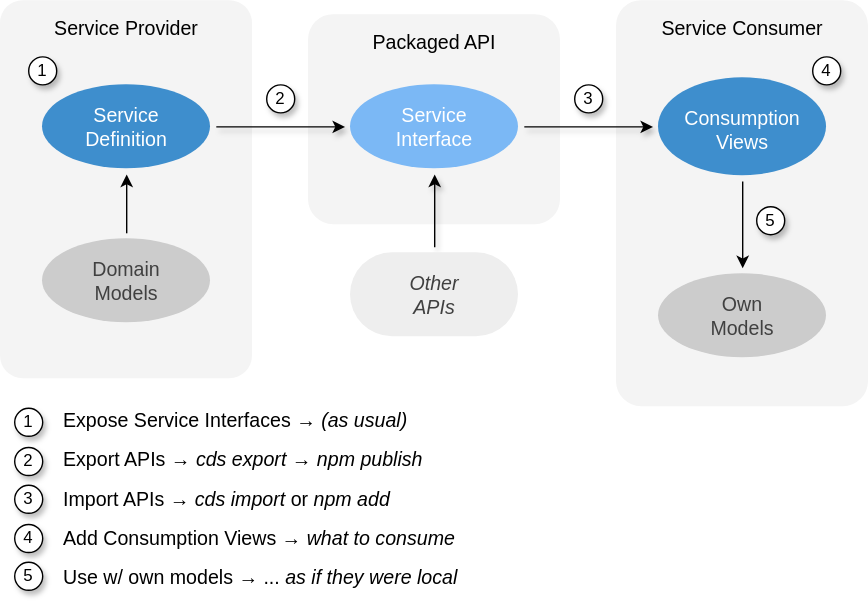
Earlier version of the draw.io export guides/integration/assets/calesi-overview.drawio.svg (capire/docs). Source tidied: cells renumbered, new cells last; positions are measured from the earlier drawing's top-left corner, leaving out a move shared by most shapes. Its diagram source:
```xml
<mxGraphModel>
  <root>
    <mxCell id="0" />
    <mxCell id="1" parent="0" />
    <mxCell id="2" value="Packaged API" style="rounded=1;whiteSpace=wrap;html=1;strokeWidth=2;perimeterSpacing=4;strokeColor=none;fillColor=#F4F4F4;fontSize=14;align=center;verticalAlign=top;spacingRight=0;spacing=7;arcSize=12;" parent="1" vertex="1">
      <mxGeometry x="220" y="10" width="180" height="150" as="geometry" />
    </mxCell>
    <mxCell id="3" value="Service Consumer" style="rounded=1;whiteSpace=wrap;html=1;strokeWidth=2;perimeterSpacing=4;strokeColor=none;fillColor=#F4F4F4;fontSize=14;align=center;verticalAlign=top;spacingRight=0;spacing=7;arcSize=10;" parent="1" vertex="1">
      <mxGeometry x="440" width="180" height="290" as="geometry" />
    </mxCell>
    <mxCell id="4" value="Service Provider" style="rounded=1;whiteSpace=wrap;html=1;strokeWidth=2;perimeterSpacing=4;strokeColor=none;fillColor=#F4F4F4;fontSize=14;align=center;verticalAlign=top;spacingRight=0;spacing=7;arcSize=9;" parent="1" vertex="1">
      <mxGeometry width="180" height="270" as="geometry" />
    </mxCell>
    <mxCell id="5" style="edgeStyle=orthogonalEdgeStyle;rounded=0;jettySize=auto;html=1;labelBackgroundColor=none;shadow=1;" parent="1" edge="1" source="7" target="9">
      <mxGeometry relative="1" as="geometry" />
    </mxCell>
    <mxCell id="6" style="edgeStyle=orthogonalEdgeStyle;rounded=0;jettySize=auto;html=1;fontSize=14;labelBackgroundColor=none;" parent="1" edge="1" source="12" target="7">
      <mxGeometry relative="1" as="geometry" />
    </mxCell>
    <mxCell id="7" value="Service Definition" style="ellipse;whiteSpace=wrap;html=1;rounded=1;strokeWidth=2;align=center;verticalAlign=middle;fontFamily=Helvetica;fontSize=14;labelBackgroundColor=none;perimeterSpacing=4;shadow=0;spacingLeft=0;spacingRight=0;spacing=10;arcSize=0;fontColor=#FFFFFF;fontStyle=0;fillColor=#3E8ECD;strokeColor=none;" parent="1" vertex="1">
      <mxGeometry x="30" y="60" width="120" height="60" as="geometry" />
    </mxCell>
    <mxCell id="8" style="rounded=0;jettySize=auto;html=1;labelBackgroundColor=none;shadow=1;" parent="1" edge="1" source="9" target="11">
      <mxGeometry relative="1" as="geometry" />
    </mxCell>
    <mxCell id="9" value="Service Interface" style="ellipse;whiteSpace=wrap;html=1;rounded=1;strokeWidth=2;align=center;verticalAlign=middle;fontFamily=Helvetica;fontSize=14;labelBackgroundColor=none;perimeterSpacing=4;shadow=0;spacingLeft=0;spacingRight=0;spacing=10;arcSize=0;fontColor=#FFFFFF;fontStyle=0;fillColor=#7BB8F5;strokeColor=none;spacingTop=0;" parent="1" vertex="1">
      <mxGeometry x="250" y="60" width="120" height="60" as="geometry" />
    </mxCell>
    <mxCell id="10" style="edgeStyle=orthogonalEdgeStyle;rounded=0;jettySize=auto;html=1;labelBackgroundColor=none;" parent="1" edge="1" source="11" target="13">
      <mxGeometry relative="1" as="geometry" />
    </mxCell>
    <mxCell id="11" value="Consumption&lt;br&gt;Views" style="ellipse;whiteSpace=wrap;html=1;rounded=1;strokeWidth=2;align=center;verticalAlign=middle;fontFamily=Helvetica;fontSize=14;labelBackgroundColor=none;perimeterSpacing=4;shadow=0;spacingLeft=0;spacingRight=0;spacing=10;arcSize=0;fontColor=#FFFFFF;fontStyle=0;fillColor=#3E8ECD;strokeColor=none;spacingTop=4;" parent="1" vertex="1">
      <mxGeometry x="470" y="55" width="120" height="70" as="geometry" />
    </mxCell>
    <mxCell id="12" value="Domain &lt;br&gt;Models" style="ellipse;whiteSpace=wrap;html=1;rounded=1;strokeWidth=2;align=center;verticalAlign=middle;fontFamily=Helvetica;fontSize=14;labelBackgroundColor=none;perimeterSpacing=4;shadow=0;spacingLeft=0;spacingRight=0;spacing=10;arcSize=0;fontColor=#404040;fontStyle=0;fillColor=#CCCCCC;strokeColor=none;" parent="1" vertex="1">
      <mxGeometry x="30" y="170" width="120" height="60" as="geometry" />
    </mxCell>
    <mxCell id="13" value="Own&lt;br&gt;Models" style="ellipse;whiteSpace=wrap;html=1;rounded=1;strokeWidth=2;align=center;verticalAlign=middle;fontFamily=Helvetica;fontSize=14;labelBackgroundColor=none;perimeterSpacing=4;shadow=0;spacingLeft=0;spacingRight=0;spacing=10;arcSize=0;fontColor=#404040;fontStyle=0;fillColor=#CCCCCC;strokeColor=none;" parent="1" vertex="1">
      <mxGeometry x="470" y="195" width="120" height="60" as="geometry" />
    </mxCell>
    <mxCell id="14" value="&lt;div style=&quot;line-height: 200%;&quot;&gt;&lt;font style=&quot;color: light-dark(rgb(0, 0, 0), rgb(255, 255, 255));&quot;&gt;Expose Service Interfaces → &lt;i style=&quot;&quot;&gt;(as usual)&lt;/i&gt;&lt;/font&gt;&lt;div&gt;&lt;font style=&quot;color: light-dark(rgb(0, 0, 0), rgb(255, 255, 255));&quot;&gt;Export APIs →&amp;nbsp;&lt;i&gt;cds export&lt;/i&gt;&amp;nbsp;→ &lt;i&gt;npm publish&lt;/i&gt;&lt;/font&gt;&lt;/div&gt;&lt;div&gt;&lt;font style=&quot;color: light-dark(rgb(0, 0, 0), rgb(255, 255, 255));&quot;&gt;Import APIs →&amp;nbsp;&lt;i&gt;cds import &lt;/i&gt;or&amp;nbsp;&lt;i&gt;npm add&lt;/i&gt;&lt;/font&gt;&lt;/div&gt;&lt;div&gt;&lt;font style=&quot;color: light-dark(rgb(0, 0, 0), rgb(255, 255, 255));&quot;&gt;Add Consumption Views →&amp;nbsp;&lt;i&gt;what to consume&lt;/i&gt;&lt;/font&gt;&lt;/div&gt;&lt;div&gt;&lt;font style=&quot;color: light-dark(rgb(0, 0, 0), rgb(255, 255, 255));&quot;&gt;Use w/ own models → ...&amp;nbsp;&lt;i style=&quot;&quot;&gt;as if they were local&lt;/i&gt;&lt;/font&gt;&lt;/div&gt;&lt;div&gt;&lt;/div&gt;&lt;/div&gt;" style="text;html=1;align=left;verticalAlign=middle;whiteSpace=wrap;rounded=0;fontSize=14;fontFamily=Helvetica;fontColor=default;labelBackgroundColor=none;" parent="1" vertex="1">
      <mxGeometry x="43" y="290" width="357" height="130" as="geometry" />
    </mxCell>
    <mxCell id="15" value="1" style="ellipse;whiteSpace=wrap;html=1;rounded=1;strokeColor=default;strokeWidth=1;align=center;verticalAlign=middle;fontFamily=Helvetica;fontSize=12;fontColor=default;labelBackgroundColor=default;fillColor=default;perimeterSpacing=4;fontStyle=0;shadow=1;" parent="1" vertex="1">
      <mxGeometry x="20" y="40" width="20" height="20" as="geometry" />
    </mxCell>
    <mxCell id="16" value="2" style="ellipse;whiteSpace=wrap;html=1;rounded=1;strokeColor=default;strokeWidth=1;align=center;verticalAlign=middle;fontFamily=Helvetica;fontSize=12;fontColor=default;labelBackgroundColor=default;fillColor=default;perimeterSpacing=4;fontStyle=0;shadow=1;" parent="1" vertex="1">
      <mxGeometry x="190" y="60" width="20" height="20" as="geometry" />
    </mxCell>
    <mxCell id="17" value="3" style="ellipse;whiteSpace=wrap;html=1;rounded=1;strokeColor=default;strokeWidth=1;align=center;verticalAlign=middle;fontFamily=Helvetica;fontSize=12;fontColor=default;labelBackgroundColor=default;fillColor=default;perimeterSpacing=4;fontStyle=0;shadow=1;" parent="1" vertex="1">
      <mxGeometry x="410" y="60" width="20" height="20" as="geometry" />
    </mxCell>
    <mxCell id="18" value="4" style="ellipse;whiteSpace=wrap;html=1;rounded=1;strokeColor=default;strokeWidth=1;align=center;verticalAlign=middle;fontFamily=Helvetica;fontSize=12;fontColor=default;labelBackgroundColor=default;fillColor=default;perimeterSpacing=4;fontStyle=0;shadow=1;" parent="1" vertex="1">
      <mxGeometry x="580" y="40" width="20" height="20" as="geometry" />
    </mxCell>
    <mxCell id="19" value="5" style="ellipse;whiteSpace=wrap;html=1;rounded=1;strokeColor=default;strokeWidth=1;align=center;verticalAlign=middle;fontFamily=Helvetica;fontSize=12;fontColor=default;labelBackgroundColor=default;fillColor=default;perimeterSpacing=4;fontStyle=0;shadow=1;" parent="1" vertex="1">
      <mxGeometry x="540" y="147" width="20" height="20" as="geometry" />
    </mxCell>
    <mxCell id="20" value="1" style="ellipse;whiteSpace=wrap;html=1;rounded=1;strokeColor=default;strokeWidth=1;align=center;verticalAlign=middle;fontFamily=Helvetica;fontSize=12;fontColor=default;labelBackgroundColor=default;fillColor=default;perimeterSpacing=4;fontStyle=0;shadow=1;" parent="1" vertex="1">
      <mxGeometry x="10" y="291" width="20" height="20" as="geometry" />
    </mxCell>
    <mxCell id="21" value="2" style="ellipse;whiteSpace=wrap;html=1;rounded=1;strokeColor=default;strokeWidth=1;align=center;verticalAlign=middle;fontFamily=Helvetica;fontSize=12;fontColor=default;labelBackgroundColor=default;fillColor=default;perimeterSpacing=4;fontStyle=0;shadow=1;" parent="1" vertex="1">
      <mxGeometry x="10" y="319" width="20" height="20" as="geometry" />
    </mxCell>
    <mxCell id="22" value="3" style="ellipse;whiteSpace=wrap;html=1;rounded=1;strokeColor=default;strokeWidth=1;align=center;verticalAlign=middle;fontFamily=Helvetica;fontSize=12;fontColor=default;labelBackgroundColor=default;fillColor=default;perimeterSpacing=4;fontStyle=0;shadow=1;" parent="1" vertex="1">
      <mxGeometry x="10" y="346" width="20" height="20" as="geometry" />
    </mxCell>
    <mxCell id="23" value="4" style="ellipse;whiteSpace=wrap;html=1;rounded=1;strokeColor=default;strokeWidth=1;align=center;verticalAlign=middle;fontFamily=Helvetica;fontSize=12;fontColor=default;labelBackgroundColor=default;fillColor=default;perimeterSpacing=4;fontStyle=0;shadow=1;" parent="1" vertex="1">
      <mxGeometry x="10" y="374" width="20" height="20" as="geometry" />
    </mxCell>
    <mxCell id="24" value="5" style="ellipse;whiteSpace=wrap;html=1;rounded=1;strokeColor=default;strokeWidth=1;align=center;verticalAlign=middle;fontFamily=Helvetica;fontSize=12;fontColor=default;labelBackgroundColor=default;fillColor=default;perimeterSpacing=4;fontStyle=0;shadow=1;" parent="1" vertex="1">
      <mxGeometry x="10" y="401" width="20" height="20" as="geometry" />
    </mxCell>
    <mxCell id="25" style="edgeStyle=none;shape=connector;rounded=0;jettySize=auto;html=1;shadow=1;strokeColor=default;align=center;verticalAlign=middle;fontFamily=Helvetica;fontSize=11;fontColor=default;labelBackgroundColor=none;endArrow=classic;" parent="1" edge="1" source="26" target="9">
      <mxGeometry relative="1" as="geometry" />
    </mxCell>
    <mxCell id="26" value="Other&lt;br&gt;APIs" style="rounded=1;whiteSpace=wrap;html=1;strokeWidth=2;perimeterSpacing=4;fontFamily=Helvetica;fontSize=14;fontColor=#404040;labelBackgroundColor=none;shadow=0;align=center;verticalAlign=middle;spacingLeft=0;spacingRight=0;spacing=10;arcSize=50;fontStyle=2;fillColor=#EEEEEE;strokeColor=none;" parent="1" vertex="1">
      <mxGeometry x="250" y="180" width="120" height="60" as="geometry" />
    </mxCell>
  </root>
</mxGraphModel>
```
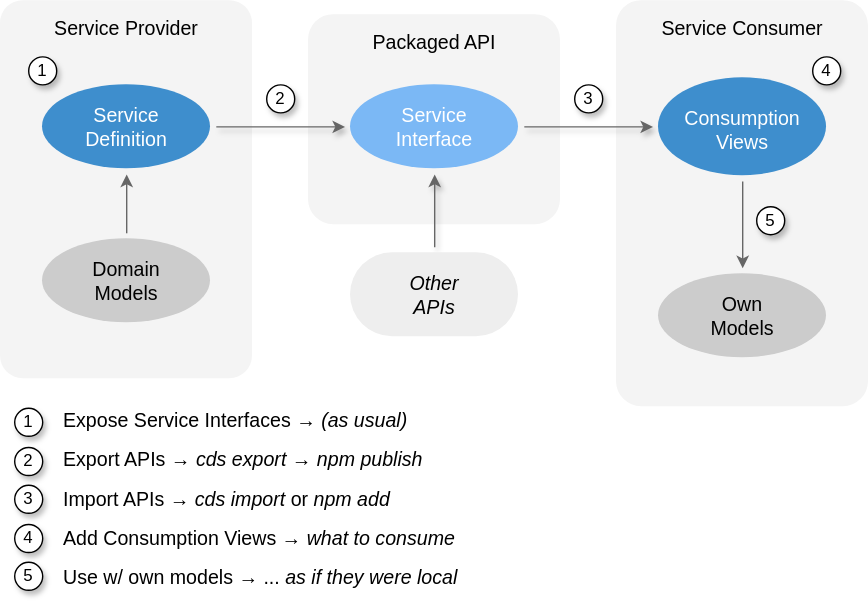
The same file after the commit.

Commit message:
Fixed text and line colors (had some alpha)

Change to the diagram source:
```diff
@@ -2,43 +2,43 @@
   <root>
     <mxCell id="0" />
     <mxCell id="1" parent="0" />
-    <mxCell id="2" value="Packaged API" style="rounded=1;whiteSpace=wrap;html=1;strokeWidth=2;perimeterSpacing=4;strokeColor=none;fillColor=#F4F4F4;fontSize=14;align=center;verticalAlign=top;spacingRight=0;spacing=7;arcSize=12;" parent="1" vertex="1">
+    <mxCell id="2" value="Packaged API" style="rounded=1;whiteSpace=wrap;html=1;strokeWidth=2;perimeterSpacing=4;strokeColor=none;fillColor=#F4F4F4;fontSize=14;align=center;verticalAlign=top;spacingRight=0;spacing=7;arcSize=12;fontColor=light-dark(#000000,#000000);" parent="1" vertex="1">
       <mxGeometry x="220" y="10" width="180" height="150" as="geometry" />
     </mxCell>
-    <mxCell id="3" value="Service Consumer" style="rounded=1;whiteSpace=wrap;html=1;strokeWidth=2;perimeterSpacing=4;strokeColor=none;fillColor=#F4F4F4;fontSize=14;align=center;verticalAlign=top;spacingRight=0;spacing=7;arcSize=10;" parent="1" vertex="1">
+    <mxCell id="3" value="Service Consumer" style="rounded=1;whiteSpace=wrap;html=1;strokeWidth=2;perimeterSpacing=4;strokeColor=none;fillColor=#F4F4F4;fontSize=14;align=center;verticalAlign=top;spacingRight=0;spacing=7;arcSize=10;fontColor=light-dark(#000000,#000000);" parent="1" vertex="1">
       <mxGeometry x="440" width="180" height="290" as="geometry" />
     </mxCell>
-    <mxCell id="4" value="Service Provider" style="rounded=1;whiteSpace=wrap;html=1;strokeWidth=2;perimeterSpacing=4;strokeColor=none;fillColor=#F4F4F4;fontSize=14;align=center;verticalAlign=top;spacingRight=0;spacing=7;arcSize=9;" parent="1" vertex="1">
+    <mxCell id="4" value="Service Provider" style="rounded=1;whiteSpace=wrap;html=1;strokeWidth=2;perimeterSpacing=4;strokeColor=none;fillColor=#F4F4F4;fontSize=14;align=center;verticalAlign=top;spacingRight=0;spacing=7;arcSize=9;fontColor=light-dark(#000000,#000000);" parent="1" vertex="1">
       <mxGeometry width="180" height="270" as="geometry" />
     </mxCell>
-    <mxCell id="5" style="edgeStyle=orthogonalEdgeStyle;rounded=0;jettySize=auto;html=1;labelBackgroundColor=none;shadow=1;" parent="1" edge="1" source="7" target="9">
+    <mxCell id="5" style="edgeStyle=orthogonalEdgeStyle;rounded=0;jettySize=auto;html=1;labelBackgroundColor=none;shadow=1;fontColor=#000000;strokeColor=#666666;" parent="1" edge="1" source="7" target="9">
       <mxGeometry relative="1" as="geometry" />
     </mxCell>
-    <mxCell id="6" style="edgeStyle=orthogonalEdgeStyle;rounded=0;jettySize=auto;html=1;fontSize=14;labelBackgroundColor=none;" parent="1" edge="1" source="12" target="7">
+    <mxCell id="6" style="edgeStyle=orthogonalEdgeStyle;rounded=0;jettySize=auto;html=1;fontSize=14;labelBackgroundColor=none;fontColor=#000000;strokeColor=#666666;" parent="1" edge="1" source="12" target="7">
       <mxGeometry relative="1" as="geometry" />
     </mxCell>
     <mxCell id="7" value="Service Definition" style="ellipse;whiteSpace=wrap;html=1;rounded=1;strokeWidth=2;align=center;verticalAlign=middle;fontFamily=Helvetica;fontSize=14;labelBackgroundColor=none;perimeterSpacing=4;shadow=0;spacingLeft=0;spacingRight=0;spacing=10;arcSize=0;fontColor=#FFFFFF;fontStyle=0;fillColor=#3E8ECD;strokeColor=none;" parent="1" vertex="1">
       <mxGeometry x="30" y="60" width="120" height="60" as="geometry" />
     </mxCell>
-    <mxCell id="8" style="rounded=0;jettySize=auto;html=1;labelBackgroundColor=none;shadow=1;" parent="1" edge="1" source="9" target="11">
+    <mxCell id="8" style="rounded=0;jettySize=auto;html=1;labelBackgroundColor=none;shadow=1;fontColor=#000000;strokeColor=#666666;" parent="1" edge="1" source="9" target="11">
       <mxGeometry relative="1" as="geometry" />
     </mxCell>
     <mxCell id="9" value="Service Interface" style="ellipse;whiteSpace=wrap;html=1;rounded=1;strokeWidth=2;align=center;verticalAlign=middle;fontFamily=Helvetica;fontSize=14;labelBackgroundColor=none;perimeterSpacing=4;shadow=0;spacingLeft=0;spacingRight=0;spacing=10;arcSize=0;fontColor=#FFFFFF;fontStyle=0;fillColor=#7BB8F5;strokeColor=none;spacingTop=0;" parent="1" vertex="1">
       <mxGeometry x="250" y="60" width="120" height="60" as="geometry" />
     </mxCell>
-    <mxCell id="10" style="edgeStyle=orthogonalEdgeStyle;rounded=0;jettySize=auto;html=1;labelBackgroundColor=none;" parent="1" edge="1" source="11" target="13">
+    <mxCell id="10" style="edgeStyle=orthogonalEdgeStyle;rounded=0;jettySize=auto;html=1;labelBackgroundColor=none;fontColor=#000000;strokeColor=#666666;" parent="1" edge="1" source="11" target="13">
       <mxGeometry relative="1" as="geometry" />
     </mxCell>
     <mxCell id="11" value="Consumption&lt;br&gt;Views" style="ellipse;whiteSpace=wrap;html=1;rounded=1;strokeWidth=2;align=center;verticalAlign=middle;fontFamily=Helvetica;fontSize=14;labelBackgroundColor=none;perimeterSpacing=4;shadow=0;spacingLeft=0;spacingRight=0;spacing=10;arcSize=0;fontColor=#FFFFFF;fontStyle=0;fillColor=#3E8ECD;strokeColor=none;spacingTop=4;" parent="1" vertex="1">
       <mxGeometry x="470" y="55" width="120" height="70" as="geometry" />
     </mxCell>
-    <mxCell id="12" value="Domain &lt;br&gt;Models" style="ellipse;whiteSpace=wrap;html=1;rounded=1;strokeWidth=2;align=center;verticalAlign=middle;fontFamily=Helvetica;fontSize=14;labelBackgroundColor=none;perimeterSpacing=4;shadow=0;spacingLeft=0;spacingRight=0;spacing=10;arcSize=0;fontColor=#404040;fontStyle=0;fillColor=#CCCCCC;strokeColor=none;" parent="1" vertex="1">
+    <mxCell id="12" value="Domain &lt;br&gt;Models" style="ellipse;whiteSpace=wrap;html=1;rounded=1;strokeWidth=2;align=center;verticalAlign=middle;fontFamily=Helvetica;fontSize=14;labelBackgroundColor=none;perimeterSpacing=4;shadow=0;spacingLeft=0;spacingRight=0;spacing=10;arcSize=0;fontColor=light-dark(#000000,#000000);fontStyle=0;fillColor=#CCCCCC;strokeColor=none;" parent="1" vertex="1">
       <mxGeometry x="30" y="170" width="120" height="60" as="geometry" />
     </mxCell>
-    <mxCell id="13" value="Own&lt;br&gt;Models" style="ellipse;whiteSpace=wrap;html=1;rounded=1;strokeWidth=2;align=center;verticalAlign=middle;fontFamily=Helvetica;fontSize=14;labelBackgroundColor=none;perimeterSpacing=4;shadow=0;spacingLeft=0;spacingRight=0;spacing=10;arcSize=0;fontColor=#404040;fontStyle=0;fillColor=#CCCCCC;strokeColor=none;" parent="1" vertex="1">
+    <mxCell id="13" value="Own&lt;br&gt;Models" style="ellipse;whiteSpace=wrap;html=1;rounded=1;strokeWidth=2;align=center;verticalAlign=middle;fontFamily=Helvetica;fontSize=14;labelBackgroundColor=none;perimeterSpacing=4;shadow=0;spacingLeft=0;spacingRight=0;spacing=10;arcSize=0;fontColor=light-dark(#000000,#000000);fontStyle=0;fillColor=#CCCCCC;strokeColor=none;" parent="1" vertex="1">
       <mxGeometry x="470" y="195" width="120" height="60" as="geometry" />
     </mxCell>
-    <mxCell id="14" value="&lt;div style=&quot;line-height: 200%;&quot;&gt;&lt;font style=&quot;color: light-dark(rgb(0, 0, 0), rgb(255, 255, 255));&quot;&gt;Expose Service Interfaces → &lt;i style=&quot;&quot;&gt;(as usual)&lt;/i&gt;&lt;/font&gt;&lt;div&gt;&lt;font style=&quot;color: light-dark(rgb(0, 0, 0), rgb(255, 255, 255));&quot;&gt;Export APIs →&amp;nbsp;&lt;i&gt;cds export&lt;/i&gt;&amp;nbsp;→ &lt;i&gt;npm publish&lt;/i&gt;&lt;/font&gt;&lt;/div&gt;&lt;div&gt;&lt;font style=&quot;color: light-dark(rgb(0, 0, 0), rgb(255, 255, 255));&quot;&gt;Import APIs →&amp;nbsp;&lt;i&gt;cds import &lt;/i&gt;or&amp;nbsp;&lt;i&gt;npm add&lt;/i&gt;&lt;/font&gt;&lt;/div&gt;&lt;div&gt;&lt;font style=&quot;color: light-dark(rgb(0, 0, 0), rgb(255, 255, 255));&quot;&gt;Add Consumption Views →&amp;nbsp;&lt;i&gt;what to consume&lt;/i&gt;&lt;/font&gt;&lt;/div&gt;&lt;div&gt;&lt;font style=&quot;color: light-dark(rgb(0, 0, 0), rgb(255, 255, 255));&quot;&gt;Use w/ own models → ...&amp;nbsp;&lt;i style=&quot;&quot;&gt;as if they were local&lt;/i&gt;&lt;/font&gt;&lt;/div&gt;&lt;div&gt;&lt;/div&gt;&lt;/div&gt;" style="text;html=1;align=left;verticalAlign=middle;whiteSpace=wrap;rounded=0;fontSize=14;fontFamily=Helvetica;fontColor=default;labelBackgroundColor=none;" parent="1" vertex="1">
+    <mxCell id="14" value="&lt;div style=&quot;line-height: 200%;&quot;&gt;&lt;font style=&quot;&quot;&gt;Expose Service Interfaces → &lt;i style=&quot;&quot;&gt;(as usual)&lt;/i&gt;&lt;/font&gt;&lt;div&gt;&lt;font style=&quot;&quot;&gt;Export APIs →&amp;nbsp;&lt;i&gt;cds export&lt;/i&gt;&amp;nbsp;→ &lt;i&gt;npm publish&lt;/i&gt;&lt;/font&gt;&lt;/div&gt;&lt;div&gt;&lt;font style=&quot;&quot;&gt;Import APIs →&amp;nbsp;&lt;i&gt;cds import &lt;/i&gt;or&amp;nbsp;&lt;i&gt;npm add&lt;/i&gt;&lt;/font&gt;&lt;/div&gt;&lt;div&gt;&lt;font style=&quot;&quot;&gt;Add Consumption Views →&amp;nbsp;&lt;i&gt;what to consume&lt;/i&gt;&lt;/font&gt;&lt;/div&gt;&lt;div&gt;&lt;font style=&quot;&quot;&gt;Use w/ own models → ...&amp;nbsp;&lt;i style=&quot;&quot;&gt;as if they were local&lt;/i&gt;&lt;/font&gt;&lt;/div&gt;&lt;div&gt;&lt;/div&gt;&lt;/div&gt;" style="text;html=1;align=left;verticalAlign=middle;whiteSpace=wrap;rounded=0;fontSize=14;fontFamily=Helvetica;fontColor=light-dark(#000000,#000000);labelBackgroundColor=none;" parent="1" vertex="1">
       <mxGeometry x="43" y="290" width="357" height="130" as="geometry" />
     </mxCell>
     <mxCell id="15" value="1" style="ellipse;whiteSpace=wrap;html=1;rounded=1;strokeColor=default;strokeWidth=1;align=center;verticalAlign=middle;fontFamily=Helvetica;fontSize=12;fontColor=default;labelBackgroundColor=default;fillColor=default;perimeterSpacing=4;fontStyle=0;shadow=1;" parent="1" vertex="1">
@@ -71,10 +71,10 @@
     <mxCell id="24" value="5" style="ellipse;whiteSpace=wrap;html=1;rounded=1;strokeColor=default;strokeWidth=1;align=center;verticalAlign=middle;fontFamily=Helvetica;fontSize=12;fontColor=default;labelBackgroundColor=default;fillColor=default;perimeterSpacing=4;fontStyle=0;shadow=1;" parent="1" vertex="1">
       <mxGeometry x="10" y="401" width="20" height="20" as="geometry" />
     </mxCell>
-    <mxCell id="25" style="edgeStyle=none;shape=connector;rounded=0;jettySize=auto;html=1;shadow=1;strokeColor=default;align=center;verticalAlign=middle;fontFamily=Helvetica;fontSize=11;fontColor=default;labelBackgroundColor=none;endArrow=classic;" parent="1" edge="1" source="26" target="9">
+    <mxCell id="25" style="edgeStyle=none;shape=connector;rounded=0;jettySize=auto;html=1;shadow=1;strokeColor=#666666;align=center;verticalAlign=middle;fontFamily=Helvetica;fontSize=11;fontColor=#000000;labelBackgroundColor=none;endArrow=classic;" parent="1" edge="1" source="26" target="9">
       <mxGeometry relative="1" as="geometry" />
     </mxCell>
-    <mxCell id="26" value="Other&lt;br&gt;APIs" style="rounded=1;whiteSpace=wrap;html=1;strokeWidth=2;perimeterSpacing=4;fontFamily=Helvetica;fontSize=14;fontColor=#404040;labelBackgroundColor=none;shadow=0;align=center;verticalAlign=middle;spacingLeft=0;spacingRight=0;spacing=10;arcSize=50;fontStyle=2;fillColor=#EEEEEE;strokeColor=none;" parent="1" vertex="1">
+    <mxCell id="26" value="Other&lt;br&gt;APIs" style="rounded=1;whiteSpace=wrap;html=1;strokeWidth=2;perimeterSpacing=4;fontFamily=Helvetica;fontSize=14;fontColor=light-dark(#000000,#000000);labelBackgroundColor=none;shadow=0;align=center;verticalAlign=middle;spacingLeft=0;spacingRight=0;spacing=10;arcSize=50;fontStyle=2;fillColor=#EEEEEE;strokeColor=none;" parent="1" vertex="1">
       <mxGeometry x="250" y="180" width="120" height="60" as="geometry" />
     </mxCell>
   </root>
```
